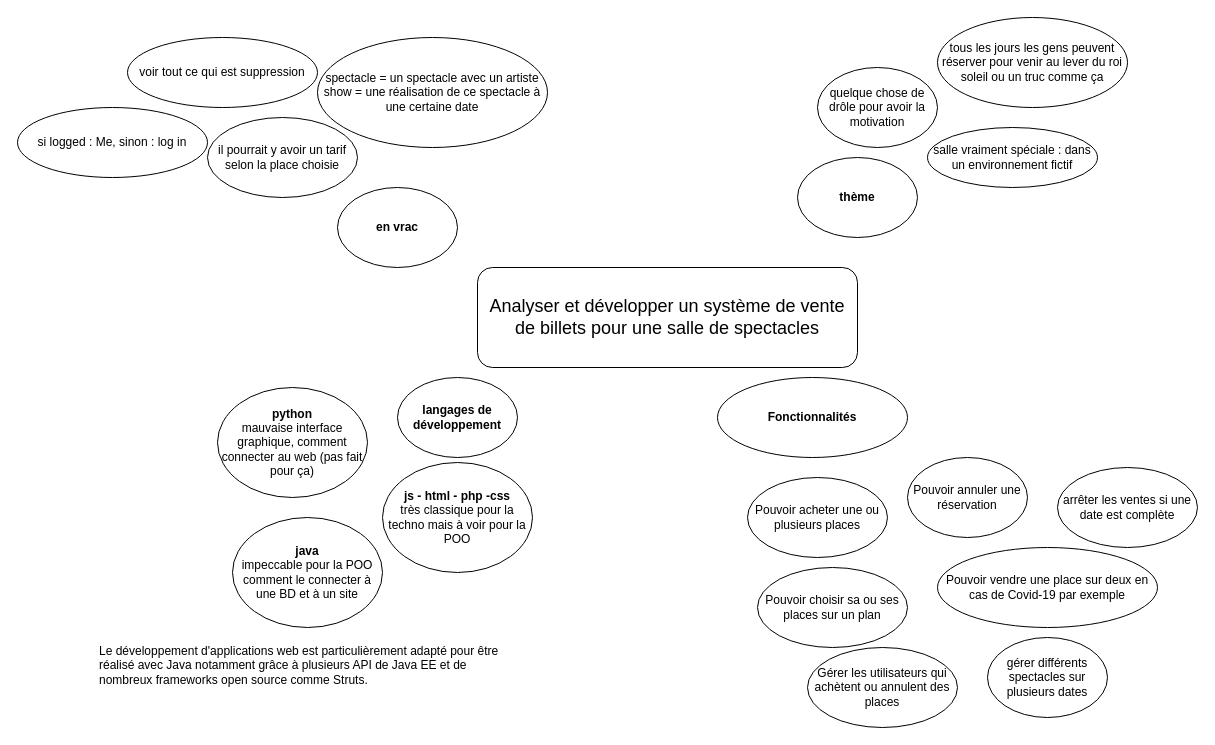
Above: page "brainstorming" (1 of 7) of analyse/Diagramme sans nom.drawio in baptisteRiviere/SpectacleHallManagement (draw.io), before the change. Source tidied: cells renumbered, new cells numbered last; positions are measured from the earlier drawing's top-left corner, leaving out a move shared by most shapes. Both pictures are drawn from the tidied source at 100%, with x=0, y=0 at pixel (17, 17).
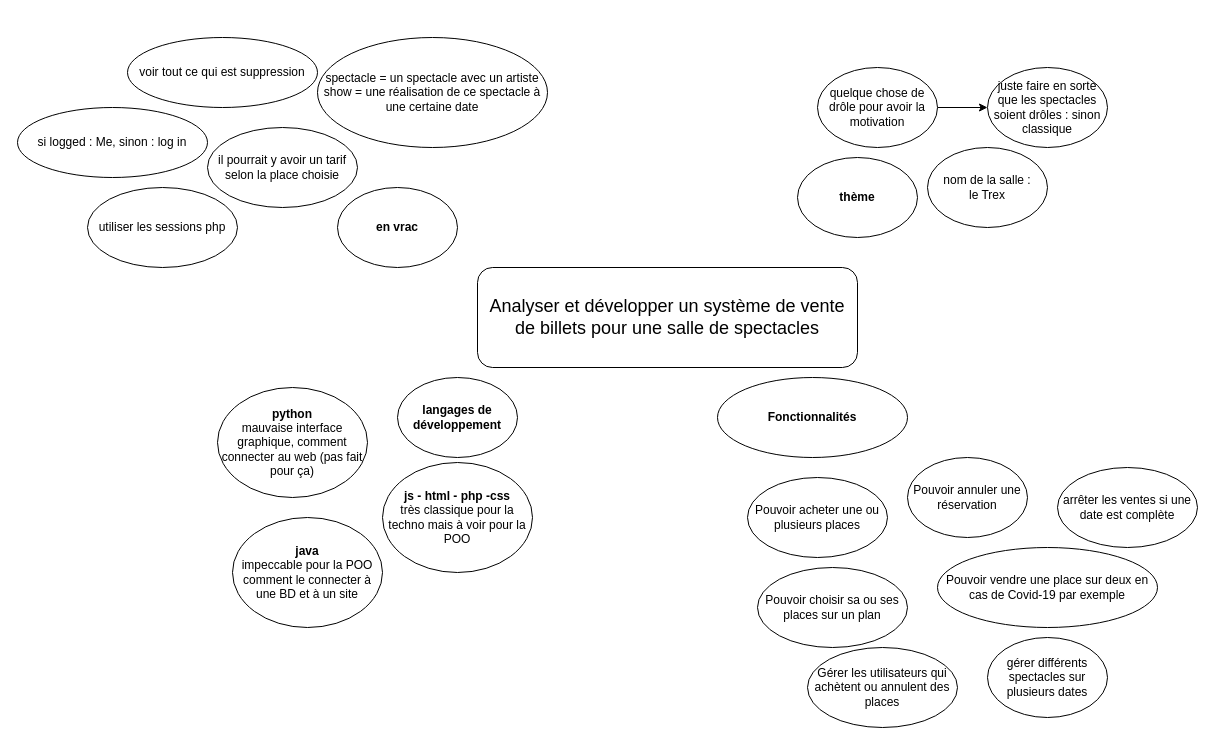
Above is the later version.

The change refers to these unchanged cells:
```xml
<mxCell id="16" value="quelque chose de drôle pour avoir la motivation" style="ellipse;whiteSpace=wrap;html=1;" parent="1" vertex="1">
  <mxGeometry x="800" y="50" width="120" height="80" as="geometry" />
</mxCell>
```

Change to the diagram source:
```diff
@@
+    <mxCell id="25" style="edgeStyle=orthogonalEdgeStyle;rounded=0;jettySize=auto;html=1;" parent="1" edge="1" source="16" target="27">
+      <mxGeometry relative="1" as="geometry" />
+    </mxCell>
@@
-    <mxCell id="17" value="salle vraiment spéciale : dans un environnement fictif" style="ellipse;whiteSpace=wrap;html=1;" parent="1" vertex="1">
-      <mxGeometry x="910" y="110" width="170" height="60" as="geometry" />
-    </mxCell>
-    <mxCell id="18" value="tous les jours les gens peuvent réserver pour venir au lever du roi soleil ou un truc comme ça" style="ellipse;whiteSpace=wrap;html=1;" parent="1" vertex="1">
-      <mxGeometry x="920" width="190" height="90" as="geometry" />
-    </mxCell>
     <mxCell id="19" value="il pourrait y avoir un tarif selon la place choisie" style="ellipse;whiteSpace=wrap;html=1;" parent="1" vertex="1">
-      <mxGeometry x="190" y="100" width="150" height="80" as="geometry" />
+      <mxGeometry x="190" y="110" width="150" height="80" as="geometry" />
     </mxCell>
@@
-    <mxCell id="21" value="Le développement d'applications web est particulièrement adapté pour être&lt;br&gt; réalisé avec Java notamment grâce à plusieurs API de Java EE et de &lt;br&gt;nombreux frameworks open source comme Struts." style="text;whiteSpace=wrap;html=1;fontSize=12;" parent="1" vertex="1">
-      <mxGeometry x="80" y="620" width="410" height="70" as="geometry" />
-    </mxCell>
@@
+    <mxCell id="26" value="utiliser les sessions php" style="ellipse;whiteSpace=wrap;html=1;" parent="1" vertex="1">
+      <mxGeometry x="70" y="170" width="150" height="80" as="geometry" />
+    </mxCell>
+    <mxCell id="27" value="juste faire en sorte que les spectacles soient drôles : sinon classique" style="ellipse;whiteSpace=wrap;html=1;" parent="1" vertex="1">
+      <mxGeometry x="970" y="50" width="120" height="80" as="geometry" />
+    </mxCell>
+    <mxCell id="28" value="&lt;div&gt;nom de la salle : &lt;br&gt;&lt;/div&gt;&lt;div&gt;le Trex&lt;br&gt;&lt;/div&gt;" style="ellipse;whiteSpace=wrap;html=1;" parent="1" vertex="1">
+      <mxGeometry x="910" y="130" width="120" height="80" as="geometry" />
+    </mxCell>
```
